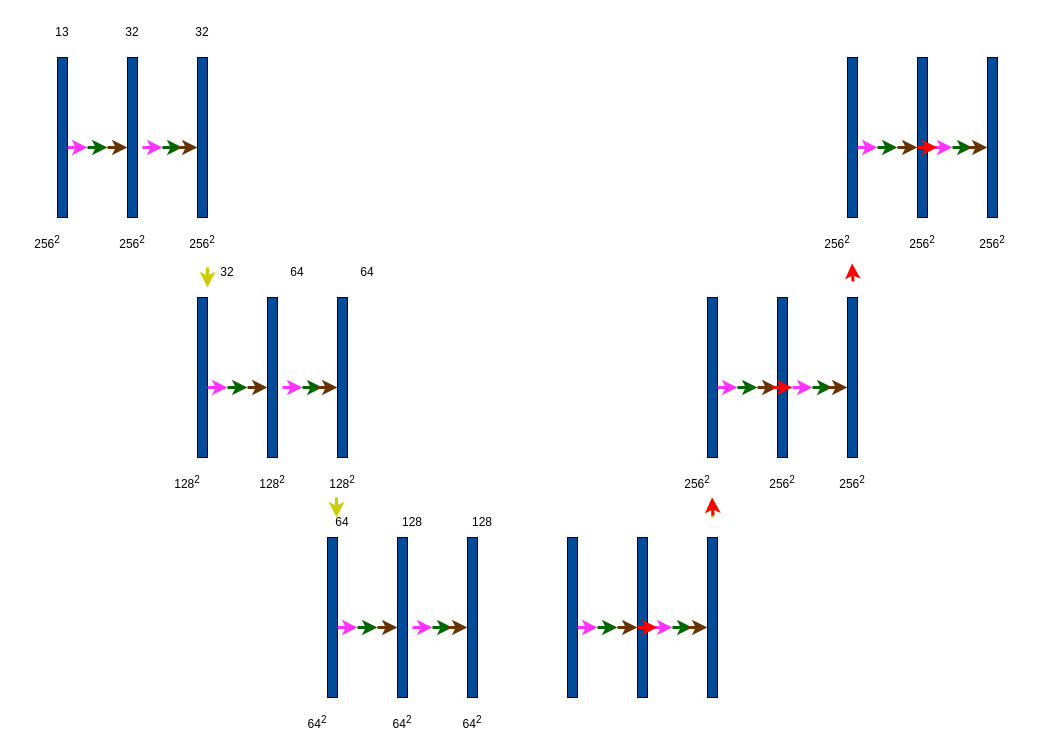
This is Untitled Diagram.drawio from kkalkidan/landcovernet, a draw.io file, before an edit. Source tidied: cells renumbered, new cells numbered last; positions are measured from the earlier drawing's top-left corner, leaving out a move shared by most shapes. Both pictures are drawn from the tidied source at 100%, with x=0, y=0 at pixel (17, 17).
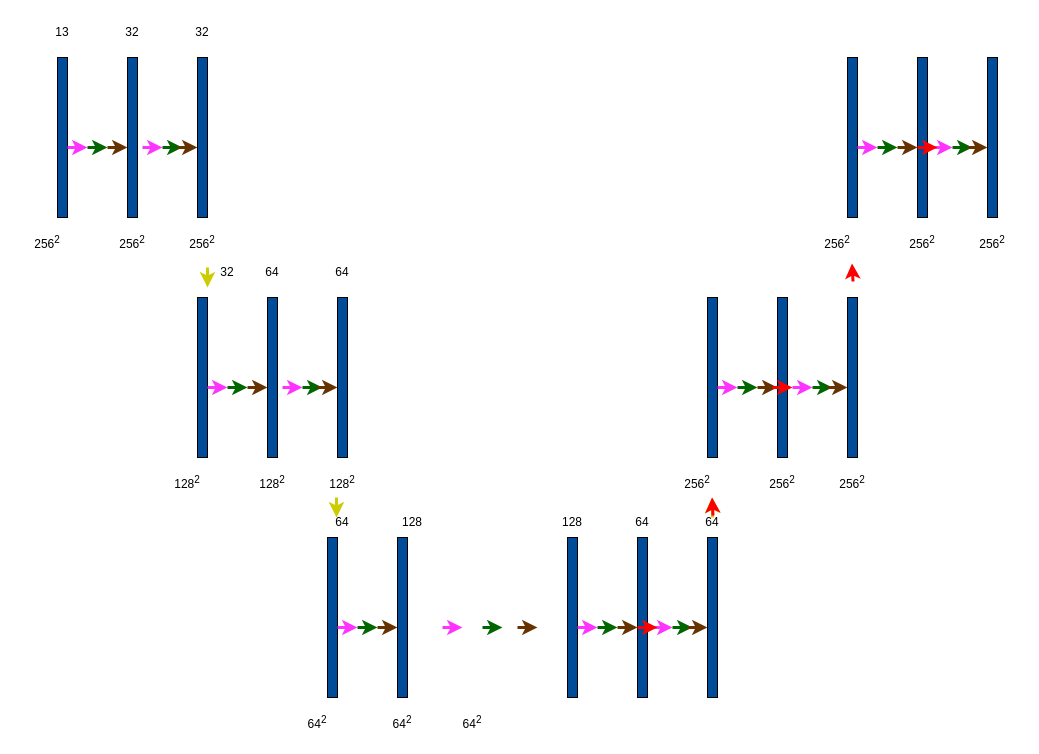
The same diagram, later.

The edit, as a diff of the source:
```diff
@@
-    <mxCell id="29" style="rounded=0;whiteSpace=wrap;html=1;fillColor=#004C99;" parent="1" vertex="1">
-      <mxGeometry x="450" y="520" width="10" height="160" as="geometry" />
-    </mxCell>
@@
-    <mxCell id="36" style="html=1;rounded=0;strokeColor=#FF33FF;strokeWidth=3;fillColor=#00FF00;" parent="1" edge="1">
-      <mxGeometry relative="1" as="geometry">
-        <mxPoint x="395" y="610" as="sourcePoint" />
-        <mxPoint x="415" y="610" as="targetPoint" />
-      </mxGeometry>
-    </mxCell>
-    <mxCell id="37" style="html=1;rounded=0;strokeColor=#006600;strokeWidth=3;fillColor=#00FF00;" parent="1" edge="1">
-      <mxGeometry relative="1" as="geometry">
-        <mxPoint x="415" y="610" as="sourcePoint" />
-        <mxPoint x="435" y="610" as="targetPoint" />
-      </mxGeometry>
-    </mxCell>
-    <mxCell id="38" style="html=1;rounded=0;strokeColor=#663300;strokeWidth=3;fillColor=#00FF00;" parent="1" edge="1">
-      <mxGeometry relative="1" as="geometry">
-        <mxPoint x="430" y="610" as="sourcePoint" />
-        <mxPoint x="450" y="610" as="targetPoint" />
-      </mxGeometry>
-    </mxCell>
@@
     <mxCell id="78" value="64" style="text;html=1;strokeColor=none;fillColor=none;align=center;verticalAlign=middle;whiteSpace=wrap;rounded=0;" parent="1" vertex="1">
-      <mxGeometry x="250" y="240" width="60" height="30" as="geometry" />
+      <mxGeometry x="225" y="240" width="60" height="30" as="geometry" />
     </mxCell>
     <mxCell id="79" value="64" style="text;html=1;strokeColor=none;fillColor=none;align=center;verticalAlign=middle;whiteSpace=wrap;rounded=0;" parent="1" vertex="1">
-      <mxGeometry x="320" y="240" width="60" height="30" as="geometry" />
+      <mxGeometry x="295" y="240" width="60" height="30" as="geometry" />
     </mxCell>
@@
-    <mxCell id="82" value="128" style="text;html=1;strokeColor=none;fillColor=none;align=center;verticalAlign=middle;whiteSpace=wrap;rounded=0;" parent="1" vertex="1">
-      <mxGeometry x="435" y="490" width="60" height="30" as="geometry" />
-    </mxCell>
@@
+    <mxCell id="82" value="128" style="text;html=1;strokeColor=none;fillColor=none;align=center;verticalAlign=middle;whiteSpace=wrap;rounded=0;" parent="1" vertex="1">
+      <mxGeometry x="525" y="490" width="60" height="30" as="geometry" />
+    </mxCell>
+    <mxCell id="88" value="64" style="text;html=1;strokeColor=none;fillColor=none;align=center;verticalAlign=middle;whiteSpace=wrap;rounded=0;" parent="1" vertex="1">
+      <mxGeometry x="595" y="490" width="60" height="30" as="geometry" />
+    </mxCell>
+    <mxCell id="89" value="64" style="text;html=1;strokeColor=none;fillColor=none;align=center;verticalAlign=middle;whiteSpace=wrap;rounded=0;" parent="1" vertex="1">
+      <mxGeometry x="665" y="490" width="60" height="30" as="geometry" />
+    </mxCell>
+    <mxCell id="90" style="html=1;rounded=0;strokeColor=#FF33FF;strokeWidth=3;fillColor=#00FF00;" parent="1" edge="1">
+      <mxGeometry relative="1" as="geometry">
+        <mxPoint x="425" y="610" as="sourcePoint" />
+        <mxPoint x="445" y="610" as="targetPoint" />
+      </mxGeometry>
+    </mxCell>
+    <mxCell id="91" style="html=1;rounded=0;strokeColor=#006600;strokeWidth=3;fillColor=#00FF00;" parent="1" edge="1">
+      <mxGeometry relative="1" as="geometry">
+        <mxPoint x="465" y="610" as="sourcePoint" />
+        <mxPoint x="485" y="610" as="targetPoint" />
+      </mxGeometry>
+    </mxCell>
+    <mxCell id="92" style="html=1;rounded=0;strokeColor=#663300;strokeWidth=3;fillColor=#00FF00;" parent="1" edge="1">
+      <mxGeometry relative="1" as="geometry">
+        <mxPoint x="500" y="610" as="sourcePoint" />
+        <mxPoint x="520" y="610" as="targetPoint" />
+      </mxGeometry>
+    </mxCell>
```
